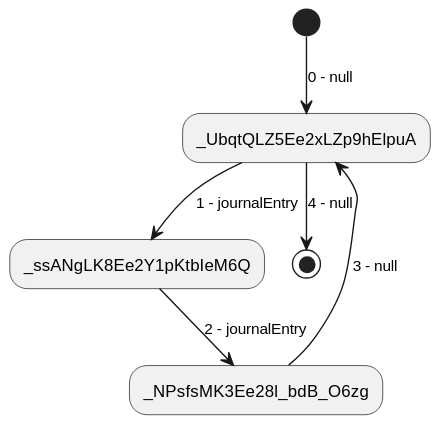
This is output/action-sequence_4.svg from abunai-dev/DiagramGenerator, a PlantUML export, as it was before one commit.
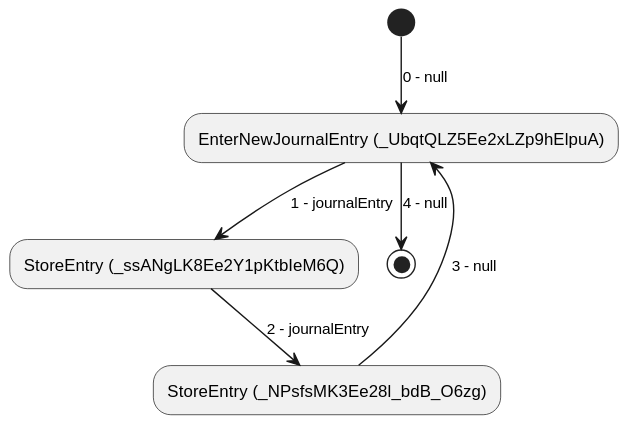
Above is the later version.

The edit, as a diff of the source:
```diff
@@ -1,7 +1,7 @@
 @startuml
-(*) --> [0 - null] "_UbqtQLZ5Ee2xLZp9hElpuA"
-"_UbqtQLZ5Ee2xLZp9hElpuA" --> [1 - journalEntry] "_ssANgLK8Ee2Y1pKtbIeM6Q"
-"_ssANgLK8Ee2Y1pKtbIeM6Q" --> [2 - journalEntry] "_NPsfsMK3Ee28l_bdB_O6zg"
-"_NPsfsMK3Ee28l_bdB_O6zg" --> [3 - null] "_UbqtQLZ5Ee2xLZp9hElpuA"
-"_UbqtQLZ5Ee2xLZp9hElpuA" --> [4 - null] (*)
+(*) --> [0 - null] "EnterNewJournalEntry (_UbqtQLZ5Ee2xLZp9hElpuA)"
+"EnterNewJournalEntry (_UbqtQLZ5Ee2xLZp9hElpuA)" --> [1 - journalEntry] "StoreEntry (_ssANgLK8Ee2Y1pKtbIeM6Q)"
+"StoreEntry (_ssANgLK8Ee2Y1pKtbIeM6Q)" --> [2 - journalEntry] "StoreEntry (_NPsfsMK3Ee28l_bdB_O6zg)"
+"StoreEntry (_NPsfsMK3Ee28l_bdB_O6zg)" --> [3 - null] "EnterNewJournalEntry (_UbqtQLZ5Ee2xLZp9hElpuA)"
+"EnterNewJournalEntry (_UbqtQLZ5Ee2xLZp9hElpuA)" --> [4 - null] (*)
 @enduml
```
